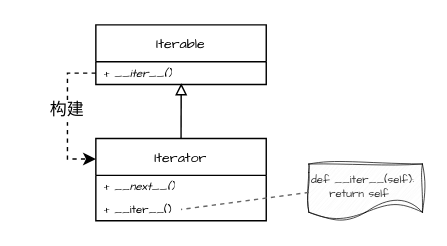
Earlier version of the draw.io diagram Draw_Files/Python.drawio (wangmu0115/WangMu). Source tidied: cells renumbered, new cells numbered last; positions are measured from the earlier drawing's top-left corner, leaving out a move shared by most shapes. Both pictures are drawn from the tidied source at 142%, with x=0, y=0 at pixel (24, 24).
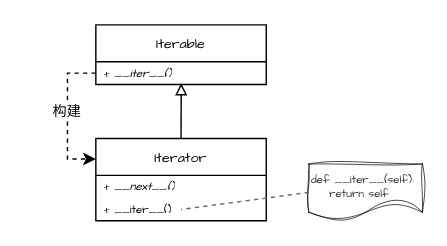
Above is the later version.

Diff of the diagram source:
```diff
@@
 <mxGraphModel>
   <root>
     <mxCell id="0" />
     <mxCell id="1" parent="0" />
     <mxCell id="2" value="Iterable" style="swimlane;fontStyle=0;align=center;verticalAlign=middle;horizontal=1;startSize=26;whiteSpace=wrap;html=1;fontFamily=Comic Sans MS;fontSize=10;" parent="1" vertex="1">
       <mxGeometry x="50" width="120" height="42" as="geometry" />
     </mxCell>
     <mxCell id="3" value="+ &lt;i&gt;__iter__()&lt;/i&gt;" style="text;strokeColor=none;fillColor=none;align=left;verticalAlign=middle;spacingLeft=4;spacingRight=4;overflow=hidden;points=[[0,0.5],[1,0.5]];portConstraint=eastwest;whiteSpace=wrap;html=1;fontFamily=Comic Sans MS;fontSize=8;" parent="2" vertex="1">
       <mxGeometry y="26" width="120" height="16" as="geometry" />
     </mxCell>
     <mxCell id="4" value="Iterator" style="swimlane;fontStyle=0;align=center;verticalAlign=middle;horizontal=1;startSize=26;whiteSpace=wrap;html=1;fontFamily=Comic Sans MS;fontSize=10;" parent="1" vertex="1">
       <mxGeometry x="50" y="80" width="120" height="58" as="geometry" />
     </mxCell>
     <mxCell id="5" value="+ __&lt;i&gt;next__()&lt;/i&gt;" style="text;strokeColor=none;fillColor=none;align=left;verticalAlign=middle;spacingLeft=4;spacingRight=4;overflow=hidden;whiteSpace=wrap;html=1;fontFamily=Comic Sans MS;fontSize=8;" parent="4" vertex="1">
       <mxGeometry y="26" width="120" height="16" as="geometry" />
     </mxCell>
     <mxCell id="6" value="+ __iter__()" style="text;strokeColor=none;fillColor=none;align=left;verticalAlign=middle;spacingLeft=4;spacingRight=4;overflow=hidden;points=[[0,0.5],[1,0.5]];portConstraint=eastwest;whiteSpace=wrap;html=1;fontFamily=Comic Sans MS;fontSize=8;" parent="4" vertex="1">
       <mxGeometry y="42" width="120" height="16" as="geometry" />
     </mxCell>
     <mxCell id="7" style="rounded=0;jettySize=auto;html=1;exitX=0.5;exitY=0;exitDx=0;exitDy=0;entryX=0.501;entryY=0.946;entryDx=0;entryDy=0;entryPerimeter=0;endArrow=block;endFill=0;" parent="1" edge="1" source="4" target="3">
       <mxGeometry relative="1" as="geometry" />
     </mxCell>
     <mxCell id="8" style="edgeStyle=orthogonalEdgeStyle;rounded=0;jettySize=auto;html=1;exitX=0;exitY=0.5;exitDx=0;exitDy=0;entryX=0;entryY=0.25;entryDx=0;entryDy=0;dashed=1;" parent="1" edge="1" source="3" target="4">
       <mxGeometry relative="1" as="geometry" />
     </mxCell>
     <mxCell id="9" value="def __iter__(self):&lt;div&gt;&amp;nbsp; &amp;nbsp; return self&lt;/div&gt;" style="shape=document;whiteSpace=wrap;html=1;boundedLbl=1;align=left;verticalAlign=top;fontFamily=Comic Sans MS;fontSize=8;fillColor=#f5f5f5;fontColor=#333333;strokeColor=default;sketch=1;curveFitting=1;jiggle=2;strokeWidth=0.5;" parent="1" vertex="1">
       <mxGeometry x="200" y="98" width="80" height="40" as="geometry" />
     </mxCell>
     <mxCell id="10" style="rounded=0;jettySize=auto;html=1;exitX=0;exitY=0.5;exitDx=0;exitDy=0;entryX=0.5;entryY=0.5;entryDx=0;entryDy=0;entryPerimeter=0;dashed=1;endArrow=none;endFill=0;fillColor=#f5f5f5;strokeColor=#666666;" parent="1" edge="1" source="9" target="6">
       <mxGeometry relative="1" as="geometry" />
     </mxCell>
-    <mxCell id="11" value="构建" style="text;html=1;align=center;verticalAlign=middle;whiteSpace=wrap;rounded=0;fontFamily=Comic Sans MS;labelBackgroundColor=default;" parent="1" vertex="1">
+    <mxCell id="11" value="构建" style="text;html=1;align=center;verticalAlign=middle;whiteSpace=wrap;rounded=0;fontFamily=Comic Sans MS;labelBackgroundColor=default;fontSize=10;" parent="1" vertex="1">
       <mxGeometry y="46" width="60" height="30" as="geometry" />
     </mxCell>
   </root>
 </mxGraphModel>
```
